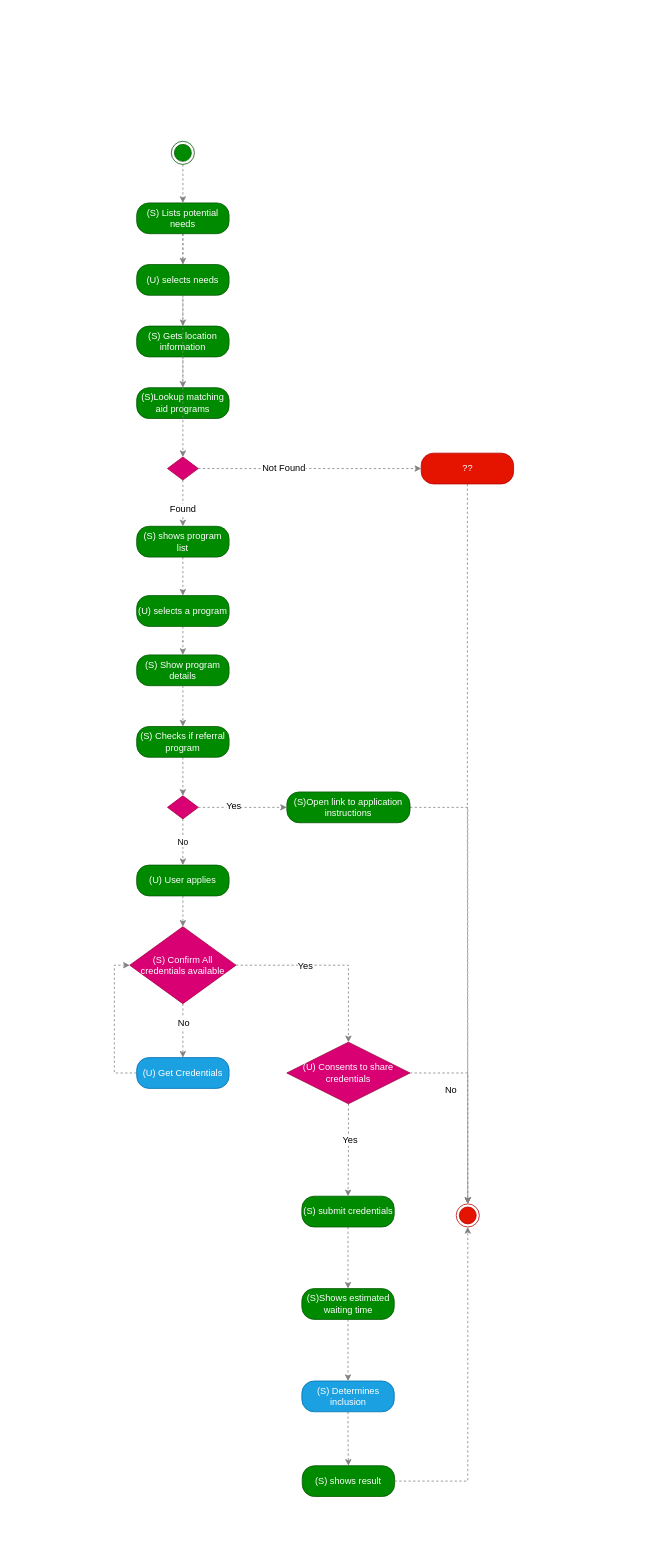
Earlier version of the draw.io diagram Activity Diagrams/Enroll in a program activity.drawio (nsward/diagrams). Source tidied: cells renumbered, new cells numbered last; positions are measured from the earlier drawing's top-left corner, leaving out a move shared by most shapes. Both pictures are drawn from the tidied source at 77%, with x=0, y=0 at pixel (129, 141).
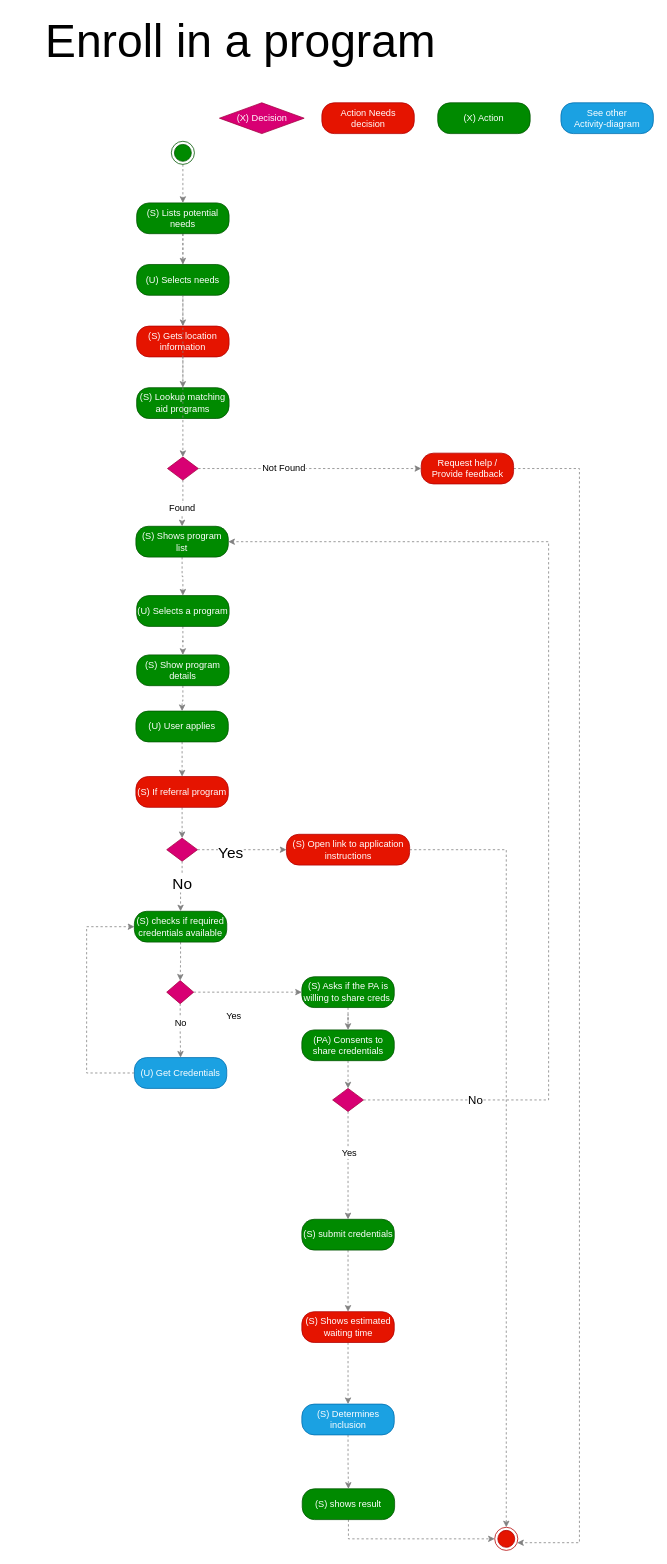
After the change.

The change refers to these unchanged cells:
```xml
<mxCell id="16" value="(S) Show program details" style="rounded=1;whiteSpace=wrap;html=1;arcSize=40;fillColor=#008a00;strokeColor=#005700;fontColor=#ffffff;" parent="1" vertex="1">
  <mxGeometry x="9" y="667" width="120" height="40" as="geometry" />
</mxCell>
```

Change to the diagram source:
```diff
@@
-    <mxCell id="8" value="(S) Gets location information" style="rounded=1;whiteSpace=wrap;html=1;arcSize=40;fillColor=#008a00;strokeColor=#005700;fontColor=#ffffff;" parent="1" vertex="1">
+    <mxCell id="8" value="(S) Gets location information" style="rounded=1;whiteSpace=wrap;html=1;arcSize=40;fillColor=#e51400;strokeColor=#B20000;fontColor=#ffffff;" parent="1" vertex="1">
       <mxGeometry x="9" y="240" width="120" height="40" as="geometry" />
     </mxCell>
-    <mxCell id="9" value="(S)Lookup matching aid programs" style="rounded=1;whiteSpace=wrap;html=1;arcSize=40;fillColor=#008a00;strokeColor=#005700;fontColor=#ffffff;" parent="1" vertex="1">
+    <mxCell id="9" value="(S) Lookup matching aid programs" style="rounded=1;whiteSpace=wrap;html=1;arcSize=40;fillColor=#008a00;strokeColor=#005700;fontColor=#ffffff;" parent="1" vertex="1">
       <mxGeometry x="9" y="320" width="120" height="40" as="geometry" />
     </mxCell>
-    <mxCell id="10" value="(U) selects needs" style="rounded=1;whiteSpace=wrap;html=1;arcSize=40;fillColor=#008a00;strokeColor=#005700;fontColor=#ffffff;" parent="1" vertex="1">
+    <mxCell id="10" value="(U) Selects needs" style="rounded=1;whiteSpace=wrap;html=1;arcSize=40;fillColor=#008a00;strokeColor=#005700;fontColor=#ffffff;" parent="1" vertex="1">
       <mxGeometry x="9" y="160" width="120" height="40" as="geometry" />
     </mxCell>
@@
-    <mxCell id="12" value="(S) shows program list" style="rounded=1;whiteSpace=wrap;html=1;arcSize=40;fillColor=#008a00;strokeColor=#005700;fontColor=#ffffff;" parent="1" vertex="1">
-      <mxGeometry x="9" y="500" width="120" height="40" as="geometry" />
+    <mxCell id="12" value="(S) Shows program list" style="rounded=1;whiteSpace=wrap;html=1;arcSize=40;fillColor=#008a00;strokeColor=#005700;fontColor=#ffffff;" parent="1" vertex="1">
+      <mxGeometry x="8" y="500" width="120" height="40" as="geometry" />
     </mxCell>
@@
-    <mxCell id="14" value="(U) selects a program" style="rounded=1;whiteSpace=wrap;html=1;arcSize=40;fillColor=#008a00;strokeColor=#005700;fontColor=#ffffff;" parent="1" vertex="1">
+    <mxCell id="14" value="(U) Selects a program" style="rounded=1;whiteSpace=wrap;html=1;arcSize=40;fillColor=#008a00;strokeColor=#005700;fontColor=#ffffff;" parent="1" vertex="1">
       <mxGeometry x="9" y="590" width="120" height="40" as="geometry" />
     </mxCell>
-    <mxCell id="15" value="No" style="edgeStyle=orthogonalEdgeStyle;rounded=0;jettySize=auto;html=1;dashed=1;strokeColor=#808080;" parent="1" edge="1" source="51" target="18">
-      <mxGeometry relative="1" as="geometry" />
-    </mxCell>
+    <mxCell id="57" style="edgeStyle=orthogonalEdgeStyle;rounded=0;jettySize=auto;html=1;dashed=1;strokeColor=#808080;fontSize=20;fontColor=#ffffff;" parent="1" edge="1" source="16" target="18">
+      <mxGeometry relative="1" as="geometry" />
+    </mxCell>
@@
-    <mxCell id="17" style="edgeStyle=orthogonalEdgeStyle;rounded=0;jettySize=auto;html=1;entryX=0.5;entryY=0;entryDx=0;entryDy=0;dashed=1;strokeColor=#808080;" parent="1" edge="1" source="18" target="25">
-      <mxGeometry relative="1" as="geometry" />
-    </mxCell>
+    <mxCell id="58" style="edgeStyle=orthogonalEdgeStyle;rounded=0;jettySize=auto;html=1;entryX=0.5;entryY=0;entryDx=0;entryDy=0;dashed=1;strokeColor=#808080;fontColor=#ffffff;" parent="1" edge="1" source="18" target="53">
+      <mxGeometry relative="1" as="geometry" />
+    </mxCell>
     <mxCell id="18" value="(U) User applies" style="rounded=1;whiteSpace=wrap;html=1;arcSize=40;fillColor=#008a00;strokeColor=#005700;fontColor=#ffffff;" parent="1" vertex="1">
-      <mxGeometry x="9" y="940" width="120" height="40" as="geometry" />
+      <mxGeometry x="8" y="740" width="120" height="40" as="geometry" />
     </mxCell>
-    <mxCell id="19" style="edgeStyle=orthogonalEdgeStyle;rounded=0;jettySize=auto;html=1;entryX=0;entryY=0.5;entryDx=0;entryDy=0;dashed=1;strokeColor=#808080;fontColor=#ffffff;exitX=0;exitY=0.5;exitDx=0;exitDy=0;" parent="1" edge="1" source="20" target="25">
-      <mxGeometry relative="1" as="geometry" />
+    <mxCell id="19" style="edgeStyle=orthogonalEdgeStyle;rounded=0;jettySize=auto;html=1;entryX=0;entryY=0.5;entryDx=0;entryDy=0;dashed=1;strokeColor=#808080;fontColor=#ffffff;exitX=0;exitY=0.5;exitDx=0;exitDy=0;" parent="1" edge="1" source="20" target="66">
+      <mxGeometry relative="1" as="geometry">
+        <Array as="points">
+          <mxPoint x="-56" y="1210" />
+          <mxPoint x="-56" y="1020" />
+        </Array>
+      </mxGeometry>
     </mxCell>
     <mxCell id="20" value="(U) Get Credentials" style="rounded=1;whiteSpace=wrap;html=1;arcSize=40;fillColor=#1ba1e2;strokeColor=#006EAF;fontColor=#ffffff;" parent="1" vertex="1">
-      <mxGeometry x="9" y="1190" width="120" height="40" as="geometry" />
+      <mxGeometry x="6" y="1190" width="120" height="40" as="geometry" />
     </mxCell>
@@
-    <mxCell id="23" style="edgeStyle=orthogonalEdgeStyle;rounded=0;jettySize=auto;html=1;entryX=0.5;entryY=0;entryDx=0;entryDy=0;dashed=1;strokeColor=#808080;" parent="1" edge="1" source="25" target="31">
+    <mxCell id="23" style="edgeStyle=orthogonalEdgeStyle;rounded=0;jettySize=auto;html=1;entryX=0;entryY=0.5;entryDx=0;entryDy=0;dashed=1;strokeColor=#808080;" parent="1" edge="1" source="25" target="72">
       <mxGeometry relative="1" as="geometry" />
     </mxCell>
     <mxCell id="24" value="Yes" style="text;html=1;align=center;verticalAlign=middle;labelBackgroundColor=#ffffff;" parent="23" vertex="1">
-      <mxGeometry x="-0.28" relative="1" as="geometry" />
+      <mxGeometry x="-0.28" relative="1" as="geometry">
+        <mxPoint y="30" as="offset" />
+      </mxGeometry>
     </mxCell>
-    <mxCell id="25" value="(S) Confirm All credentials available" style="rhombus;whiteSpace=wrap;html=1;fillColor=#d80073;strokeColor=#A50040;fontColor=#ffffff;" parent="1" vertex="1">
-      <mxGeometry y="1020" width="138" height="100" as="geometry" />
+    <mxCell id="25" style="rhombus;whiteSpace=wrap;html=1;fillColor=#d80073;strokeColor=#A50040;fontColor=#ffffff;" parent="1" vertex="1">
+      <mxGeometry x="48" y="1090" width="35" height="30" as="geometry" />
     </mxCell>
-    <mxCell id="26" style="edgeStyle=orthogonalEdgeStyle;rounded=0;jettySize=auto;html=1;entryX=0.5;entryY=0;entryDx=0;entryDy=0;dashed=1;strokeColor=#808080;fontColor=#ffffff;" parent="1" edge="1" source="31" target="32">
-      <mxGeometry relative="1" as="geometry" />
+    <mxCell id="26" style="edgeStyle=orthogonalEdgeStyle;rounded=0;jettySize=auto;html=1;entryX=1;entryY=0.5;entryDx=0;entryDy=0;dashed=1;strokeColor=#808080;fontColor=#ffffff;" parent="1" edge="1" source="31" target="12">
+      <mxGeometry relative="1" as="geometry">
+        <Array as="points">
+          <mxPoint x="544" y="1245" />
+          <mxPoint x="544" y="520" />
+        </Array>
+      </mxGeometry>
     </mxCell>
@@
-    <mxCell id="28" value="No" style="text;html=1;align=center;verticalAlign=middle;labelBackgroundColor=#ffffff;fontColor=none;" parent="26" vertex="1">
-      <mxGeometry x="-0.22" y="-23" relative="1" as="geometry" />
-    </mxCell>
+    <mxCell id="59" value="&lt;font color=&quot;#000000&quot; style=&quot;font-size: 15px;&quot;&gt;No&lt;/font&gt;" style="text;html=1;align=center;verticalAlign=middle;labelBackgroundColor=#ffffff;fontSize=15;fontColor=#ffffff;" parent="26" vertex="1">
+      <mxGeometry x="-0.79" y="1" relative="1" as="geometry" />
+    </mxCell>
@@
-    <mxCell id="31" value="(U) Consents to share credentials" style="rhombus;whiteSpace=wrap;html=1;fillColor=#d80073;strokeColor=#A50040;fontColor=#ffffff;" parent="1" vertex="1">
-      <mxGeometry x="204" y="1170" width="160" height="80" as="geometry" />
+    <mxCell id="31" style="rhombus;whiteSpace=wrap;html=1;fillColor=#d80073;strokeColor=#A50040;fontColor=#ffffff;" parent="1" vertex="1">
+      <mxGeometry x="263.5" y="1230" width="40" height="30" as="geometry" />
     </mxCell>
     <mxCell id="32" style="ellipse;html=1;shape=endState;fillColor=#e51400;strokeColor=#B20000;fontColor=#ffffff;" parent="1" vertex="1">
-      <mxGeometry x="424" y="1380" width="30" height="30" as="geometry" />
+      <mxGeometry x="474" y="1800" width="30" height="30" as="geometry" />
     </mxCell>
@@
     <mxCell id="34" value="(S) submit credentials" style="rounded=1;whiteSpace=wrap;html=1;arcSize=40;fillColor=#008a00;strokeColor=#005700;fontColor=#ffffff;" parent="1" vertex="1">
-      <mxGeometry x="223.5" y="1370" width="120" height="40" as="geometry" />
+      <mxGeometry x="223.5" y="1400" width="120" height="40" as="geometry" />
     </mxCell>
@@
-    <mxCell id="36" value="(S)Shows estimated waiting time" style="rounded=1;whiteSpace=wrap;html=1;arcSize=40;fillColor=#008a00;strokeColor=#005700;fontColor=#ffffff;" parent="1" vertex="1">
-      <mxGeometry x="223.5" y="1490" width="120" height="40" as="geometry" />
+    <mxCell id="36" value="(S) Shows estimated waiting time" style="rounded=1;whiteSpace=wrap;html=1;arcSize=40;fillColor=#e51400;strokeColor=#B20000;fontColor=#ffffff;" parent="1" vertex="1">
+      <mxGeometry x="223.5" y="1520" width="120" height="40" as="geometry" />
     </mxCell>
@@
     <mxCell id="38" value="(S) Determines inclusion" style="rounded=1;whiteSpace=wrap;html=1;arcSize=40;fillColor=#1ba1e2;strokeColor=#006EAF;fontColor=#ffffff;" parent="1" vertex="1">
-      <mxGeometry x="223.5" y="1610" width="120" height="40" as="geometry" />
+      <mxGeometry x="223.5" y="1640" width="120" height="40" as="geometry" />
     </mxCell>
-    <mxCell id="39" style="edgeStyle=orthogonalEdgeStyle;rounded=0;jettySize=auto;html=1;entryX=0.5;entryY=1;entryDx=0;entryDy=0;dashed=1;strokeColor=#808080;fontColor=none;" parent="1" edge="1" source="40" target="32">
+    <mxCell id="39" style="edgeStyle=orthogonalEdgeStyle;rounded=0;jettySize=auto;html=1;entryX=0;entryY=0.5;entryDx=0;entryDy=0;dashed=1;strokeColor=#808080;fontColor=none;exitX=0.5;exitY=1;exitDx=0;exitDy=0;" parent="1" edge="1" source="40" target="32">
       <mxGeometry relative="1" as="geometry" />
     </mxCell>
     <mxCell id="40" value="(S) shows result" style="rounded=1;whiteSpace=wrap;html=1;arcSize=40;fillColor=#008a00;strokeColor=#005700;fontColor=#ffffff;" parent="1" vertex="1">
-      <mxGeometry x="224" y="1720" width="120" height="40" as="geometry" />
+      <mxGeometry x="224" y="1750" width="120" height="40" as="geometry" />
     </mxCell>
@@
-    <mxCell id="47" style="edgeStyle=orthogonalEdgeStyle;rounded=0;jettySize=auto;html=1;dashed=1;strokeColor=#808080;fontColor=#ffffff;" parent="1" edge="1" source="48" target="32">
-      <mxGeometry relative="1" as="geometry" />
+    <mxCell id="47" style="edgeStyle=orthogonalEdgeStyle;rounded=0;jettySize=auto;html=1;dashed=1;strokeColor=#808080;fontColor=#ffffff;exitX=1;exitY=0.5;exitDx=0;exitDy=0;" parent="1" edge="1" source="48" target="32">
+      <mxGeometry relative="1" as="geometry">
+        <Array as="points">
+          <mxPoint x="584" y="425" />
+          <mxPoint x="584" y="1820" />
+        </Array>
+      </mxGeometry>
     </mxCell>
-    <mxCell id="48" value="??" style="rounded=1;whiteSpace=wrap;html=1;arcSize=40;fillColor=#e51400;strokeColor=#B20000;fontColor=#ffffff;" parent="1" vertex="1">
+    <mxCell id="48" value="Request help / Provide feedback" style="rounded=1;whiteSpace=wrap;html=1;arcSize=40;fillColor=#e51400;strokeColor=#B20000;fontColor=#ffffff;" parent="1" vertex="1">
       <mxGeometry x="378.5" y="405" width="120" height="40" as="geometry" />
     </mxCell>
+    <mxCell id="60" style="edgeStyle=orthogonalEdgeStyle;rounded=0;jettySize=auto;html=1;exitX=0.5;exitY=1;exitDx=0;exitDy=0;entryX=0.5;entryY=0;entryDx=0;entryDy=0;dashed=1;strokeColor=#808080;fontSize=20;fontColor=#ffffff;" parent="1" edge="1" source="66" target="25">
+      <mxGeometry relative="1" as="geometry" />
+    </mxCell>
+    <mxCell id="51" style="rhombus;whiteSpace=wrap;html=1;fillColor=#d80073;strokeColor=#A50040;fontColor=#ffffff;" parent="1" vertex="1">
+      <mxGeometry x="48" y="905" width="40" height="30" as="geometry" />
+    </mxCell>
-    <mxCell id="49" style="edgeStyle=orthogonalEdgeStyle;rounded=0;jettySize=auto;html=1;dashed=1;strokeColor=#808080;fontColor=#ffffff;entryX=0;entryY=0.5;entryDx=0;entryDy=0;" parent="1" edge="1" source="51" target="56">
+    <mxCell id="49" style="edgeStyle=orthogonalEdgeStyle;rounded=0;jettySize=auto;html=1;entryX=0;entryY=0.5;entryDx=0;entryDy=0;dashed=1;strokeColor=#808080;fontColor=#ffffff;exitX=1;exitY=0.5;exitDx=0;exitDy=0;" parent="1" edge="1" source="51" target="56">
       <mxGeometry relative="1" as="geometry" />
     </mxCell>
-    <mxCell id="50" value="&lt;font color=&quot;#000000&quot;&gt;Yes&lt;/font&gt;" style="text;html=1;align=center;verticalAlign=middle;labelBackgroundColor=#ffffff;fontColor=#ffffff;" parent="49" vertex="1">
-      <mxGeometry x="-0.21" y="2" relative="1" as="geometry" />
+    <mxCell id="50" value="&lt;font color=&quot;#000000&quot; style=&quot;font-size: 20px;&quot;&gt;Yes&lt;/font&gt;" style="text;html=1;align=center;verticalAlign=middle;labelBackgroundColor=#ffffff;fontSize=20;fontColor=#ffffff;" parent="49" vertex="1">
+      <mxGeometry x="-0.28" y="-2" relative="1" as="geometry" />
     </mxCell>
-    <mxCell id="51" style="rhombus;whiteSpace=wrap;html=1;fillColor=#d80073;strokeColor=#A50040;fontColor=#ffffff;" parent="1" vertex="1">
-      <mxGeometry x="49" y="850" width="40" height="30" as="geometry" />
-    </mxCell>
-    <mxCell id="52" style="edgeStyle=orthogonalEdgeStyle;rounded=0;jettySize=auto;html=1;dashed=1;strokeColor=#808080;" parent="1" edge="1" source="53" target="51">
-      <mxGeometry relative="1" as="geometry" />
+    <mxCell id="52" style="edgeStyle=orthogonalEdgeStyle;rounded=0;jettySize=auto;html=1;entryX=0.5;entryY=0;entryDx=0;entryDy=0;dashed=1;strokeColor=#808080;fontSize=20;fontColor=#ffffff;" parent="1" edge="1" source="53" target="51">
+      <mxGeometry relative="1" as="geometry">
+        <Array as="points">
+          <mxPoint x="68" y="900" />
+          <mxPoint x="68" y="900" />
+        </Array>
+      </mxGeometry>
     </mxCell>
-    <mxCell id="53" value="(S) Checks if referral program" style="rounded=1;whiteSpace=wrap;html=1;arcSize=40;fillColor=#008a00;strokeColor=#005700;fontColor=#ffffff;" parent="1" vertex="1">
-      <mxGeometry x="9" y="760" width="120" height="40" as="geometry" />
+    <mxCell id="53" value="(S) If referral program" style="rounded=1;whiteSpace=wrap;html=1;arcSize=40;fillColor=#e51400;strokeColor=#B20000;fontColor=#ffffff;" parent="1" vertex="1">
+      <mxGeometry x="8" y="825" width="120" height="40" as="geometry" />
     </mxCell>
-    <mxCell id="54" style="edgeStyle=orthogonalEdgeStyle;rounded=0;jettySize=auto;html=1;dashed=1;strokeColor=#808080;" parent="1" edge="1" source="16" target="53">
-      <mxGeometry relative="1" as="geometry" />
-    </mxCell>
@@
-    <mxCell id="56" value="(S)Open link to application instructions" style="rounded=1;whiteSpace=wrap;html=1;arcSize=40;fillColor=#008a00;strokeColor=#005700;fontColor=#ffffff;" parent="1" vertex="1">
-      <mxGeometry x="204" y="845" width="160" height="40" as="geometry" />
+    <mxCell id="56" value="(S) Open link to application instructions" style="rounded=1;whiteSpace=wrap;html=1;arcSize=40;fillColor=#e51400;strokeColor=#B20000;fontColor=#ffffff;" parent="1" vertex="1">
+      <mxGeometry x="203.5" y="900" width="160" height="40" as="geometry" />
     </mxCell>
+    <mxCell id="61" value="Enroll in a program" style="text;html=1;strokeColor=none;fillColor=none;align=center;verticalAlign=middle;whiteSpace=wrap;rounded=0;fontSize=60;" parent="1" vertex="1">
+      <mxGeometry x="-151" y="-140" width="590" height="20" as="geometry" />
+    </mxCell>
+    <mxCell id="62" value="See other&lt;br&gt;Activity-diagram" style="rounded=1;whiteSpace=wrap;html=1;arcSize=40;fillColor=#1ba1e2;strokeColor=#006EAF;fontColor=#ffffff;" parent="1" vertex="1">
+      <mxGeometry x="560" y="-50" width="120" height="40" as="geometry" />
+    </mxCell>
+    <mxCell id="63" value="(X) Action&lt;br&gt;" style="rounded=1;whiteSpace=wrap;html=1;arcSize=40;fillColor=#008a00;strokeColor=#005700;fontColor=#ffffff;" parent="1" vertex="1">
+      <mxGeometry x="400" y="-50" width="120" height="40" as="geometry" />
+    </mxCell>
+    <mxCell id="64" value="&lt;span&gt;(X) Decision&lt;br&gt;&lt;/span&gt;" style="rhombus;whiteSpace=wrap;html=1;fillColor=#d80073;strokeColor=#A50040;fontColor=#ffffff;" parent="1" vertex="1">
+      <mxGeometry x="116.5" y="-50" width="110" height="40" as="geometry" />
+    </mxCell>
+    <mxCell id="65" value="Action Needs decision&lt;br&gt;" style="rounded=1;whiteSpace=wrap;html=1;arcSize=40;fillColor=#e51400;strokeColor=#B20000;fontColor=#ffffff;" parent="1" vertex="1">
+      <mxGeometry x="249.5" y="-50" width="120" height="40" as="geometry" />
+    </mxCell>
+    <mxCell id="66" value="(S) checks if required credentials available" style="rounded=1;whiteSpace=wrap;html=1;arcSize=40;fillColor=#008a00;strokeColor=#005700;fontColor=#ffffff;" parent="1" vertex="1">
+      <mxGeometry x="6" y="1000" width="120" height="40" as="geometry" />
+    </mxCell>
+    <mxCell id="67" style="edgeStyle=orthogonalEdgeStyle;rounded=0;jettySize=auto;html=1;exitX=0.5;exitY=1;exitDx=0;exitDy=0;entryX=0.5;entryY=0;entryDx=0;entryDy=0;dashed=1;strokeColor=#808080;fontSize=20;fontColor=#ffffff;" parent="1" edge="1" source="51" target="66">
+      <mxGeometry relative="1" as="geometry" />
+    </mxCell>
+    <mxCell id="68" value="&lt;font color=&quot;#000000&quot;&gt;No&lt;/font&gt;" style="text;html=1;align=center;verticalAlign=middle;labelBackgroundColor=#ffffff;fontSize=20;fontColor=#ffffff;" parent="67" vertex="1">
+      <mxGeometry x="-0.2" y="-1" relative="1" as="geometry" />
+    </mxCell>
+    <mxCell id="69" style="edgeStyle=orthogonalEdgeStyle;rounded=0;jettySize=auto;html=1;exitX=0.5;exitY=1;exitDx=0;exitDy=0;entryX=0.5;entryY=0;entryDx=0;entryDy=0;dashed=1;strokeColor=#808080;fontSize=20;fontColor=#ffffff;" parent="1" edge="1" source="70" target="31">
+      <mxGeometry relative="1" as="geometry" />
+    </mxCell>
+    <mxCell id="70" value="(PA) Consents to share credentials" style="rounded=1;whiteSpace=wrap;html=1;arcSize=40;fillColor=#008a00;strokeColor=#005700;fontColor=#ffffff;" parent="1" vertex="1">
+      <mxGeometry x="223.5" y="1154" width="120" height="40" as="geometry" />
+    </mxCell>
+    <mxCell id="71" style="edgeStyle=orthogonalEdgeStyle;rounded=0;jettySize=auto;html=1;entryX=0.5;entryY=0;entryDx=0;entryDy=0;dashed=1;strokeColor=#808080;fontSize=20;fontColor=#ffffff;" parent="1" edge="1" source="72" target="70">
+      <mxGeometry relative="1" as="geometry" />
+    </mxCell>
+    <mxCell id="72" value="(S) Asks if the PA is willing to share creds." style="rounded=1;whiteSpace=wrap;html=1;arcSize=40;fillColor=#008a00;strokeColor=#005700;fontColor=#ffffff;" parent="1" vertex="1">
+      <mxGeometry x="223.5" y="1085" width="120" height="40" as="geometry" />
+    </mxCell>
```
